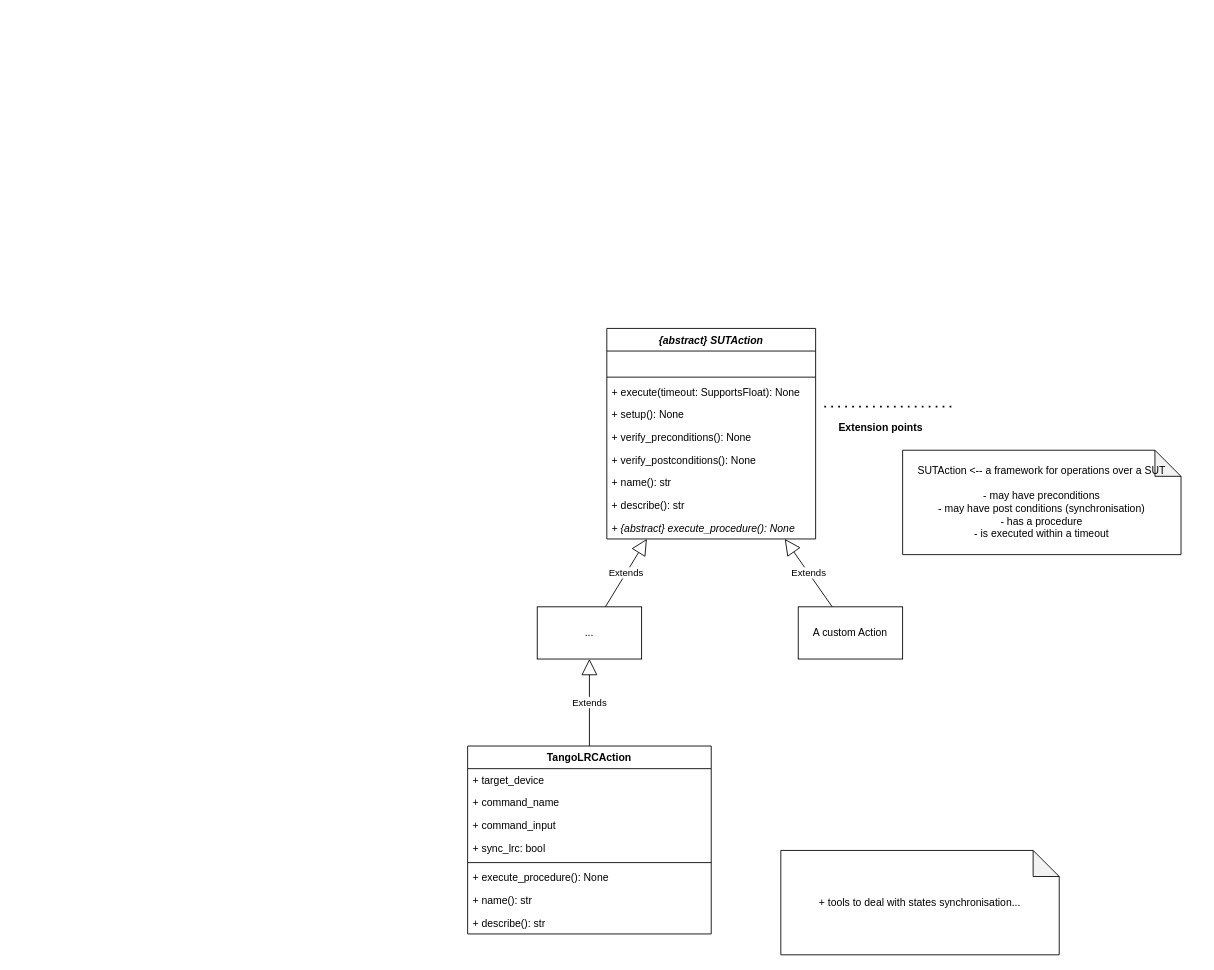
This is page "Page-4" (4 of 4) of docs/uml/new-core.drawio from ska-telescope/ska-integration-test-harness, a draw.io file, before an edit. Source tidied: cells renumbered, new cells numbered last; positions are measured from the earlier drawing's top-left corner, leaving out a move shared by most shapes. Both pictures are drawn from the tidied source at 87%, with x=0, y=0 at pixel (467, 328).
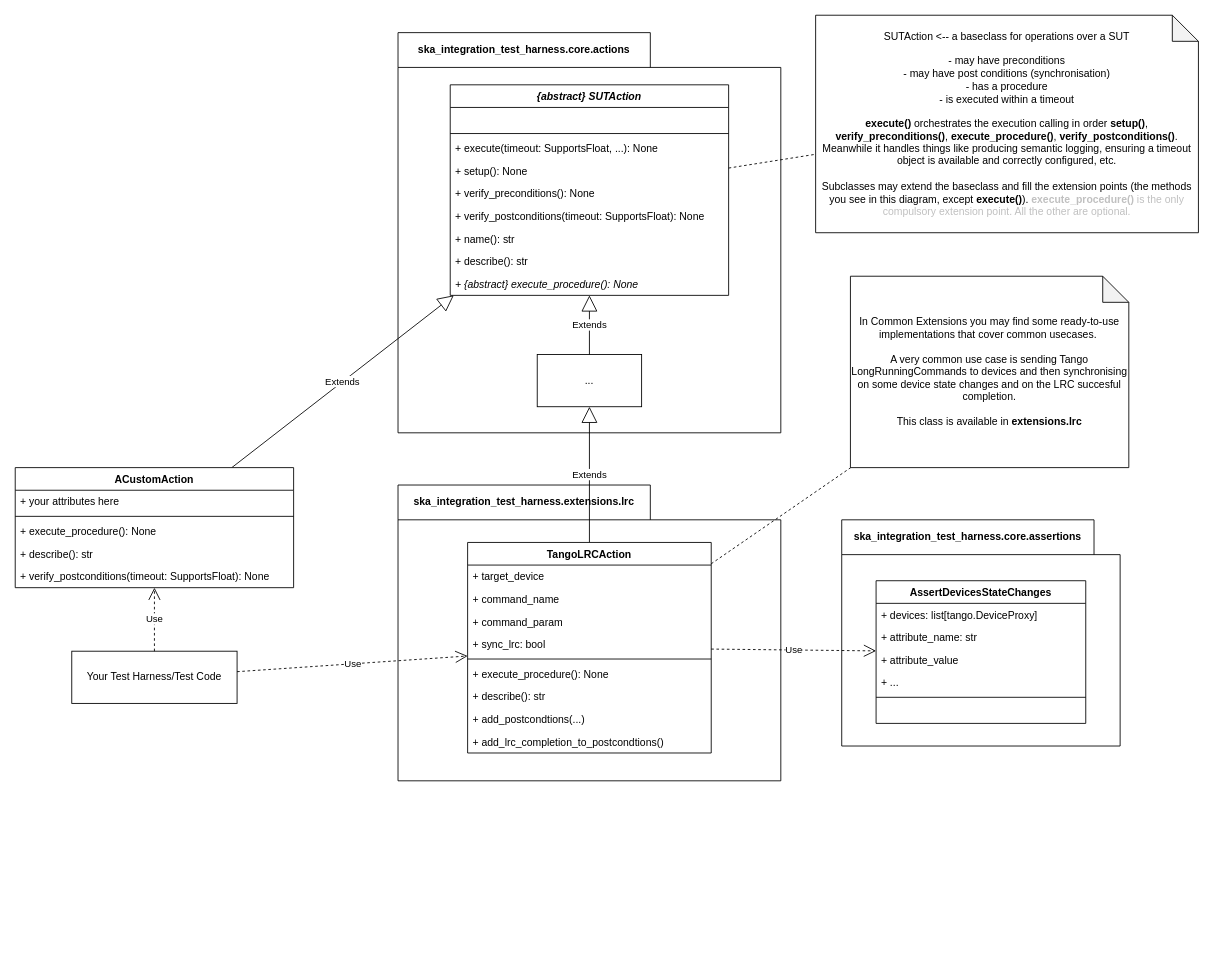
The same diagram, later.

Commit message (it also covers changes not shown here):
SST-1018: document actions general idea

The edit, as a diff of the source:
```diff
@@
+    <mxCell id="15" value="Extends" style="endArrow=block;endSize=16;endFill=0;html=1;" parent="1" edge="1" source="30" target="2">
+      <mxGeometry relative="1" as="geometry" />
+    </mxCell>
+    <mxCell id="16" value="SUTAction &amp;lt;-- a baseclass for operations over a SUT&lt;br&gt;&lt;br&gt;- may have preconditions&lt;br&gt;- may have post conditions (synchronisation)&lt;br&gt;- has a procedure&lt;br&gt;- is executed within a timeout&lt;div&gt;&lt;br&gt;&lt;/div&gt;&lt;div&gt;&lt;b&gt;execute()&lt;/b&gt; orchestrates the execution calling in order &lt;b&gt;setup()&lt;/b&gt;, &lt;span style=&quot;background-color: light-dark(#ffffff, var(--ge-dark-color, #121212));&quot;&gt;&lt;b&gt;verify_preconditions()&lt;/b&gt;, &lt;b&gt;execute_procedure()&lt;/b&gt;, &lt;b&gt;verify_postconditions()&lt;/b&gt;. Meanwhile it handles things like producing semantic logging, ensuring a timeout object is available and correctly configured, etc.&lt;/span&gt;&lt;/div&gt;&lt;div&gt;&lt;span style=&quot;background-color: light-dark(#ffffff, var(--ge-dark-color, #121212));&quot;&gt;&lt;br&gt;&lt;/span&gt;&lt;/div&gt;&lt;div&gt;&lt;span style=&quot;background-color: light-dark(#ffffff, var(--ge-dark-color, #121212));&quot;&gt;Subclasses may extend the baseclass and fill the extension points (the methods you see in this diagram, except &lt;b&gt;execute()&lt;/b&gt;).&amp;nbsp;&lt;/span&gt;&lt;b style=&quot;background-color: transparent; scrollbar-color: light-dark(#e2e2e2, #4b4b4b)&lt;br/&gt;&#9;&#9;&#9;&#9;&#9;light-dark(#fbfbfb, var(--dark-panel-color)); color: rgb(192, 192, 192);&quot;&gt;execute_procedure()&lt;/b&gt;&lt;span style=&quot;background-color: transparent; scrollbar-color: light-dark(#e2e2e2, #4b4b4b)&lt;br/&gt;&#9;&#9;&#9;&#9;&#9;light-dark(#fbfbfb, var(--dark-panel-color)); color: rgb(192, 192, 192);&quot;&gt;&amp;nbsp;is the only compulsory extension point. All the other are optional.&lt;/span&gt;&lt;/div&gt;" style="shape=note;whiteSpace=wrap;html=1;backgroundOutline=1;darkOpacity=0.05;" parent="1" vertex="1">
+      <mxGeometry x="400" y="-360" width="440" height="250" as="geometry" />
+    </mxCell>
+    <mxCell id="28" value="Extends" style="endArrow=block;endSize=16;endFill=0;html=1;" parent="1" edge="1" source="17" target="26">
+      <mxGeometry relative="1" as="geometry" />
+    </mxCell>
+    <mxCell id="29" value="&lt;div&gt;In Common Extensions you may find some ready-to-use implementations that cover common usecases.&amp;nbsp;&lt;/div&gt;&lt;div&gt;&lt;br&gt;&lt;/div&gt;&lt;div&gt;A very common use case is sending Tango LongRunningCommands to devices and then synchronising on some device state changes and on the LRC succesful completion.&lt;/div&gt;&lt;div&gt;&lt;br&gt;&lt;/div&gt;&lt;div&gt;This class is available in &lt;b&gt;extensions.lrc&lt;/b&gt;&lt;/div&gt;" style="shape=note;whiteSpace=wrap;html=1;backgroundOutline=1;darkOpacity=0.05;" parent="1" vertex="1">
+      <mxGeometry x="440" y="-60" width="320" height="220" as="geometry" />
+    </mxCell>
+    <mxCell id="30" value="ACustomAction" style="swimlane;fontStyle=1;align=center;verticalAlign=top;horizontal=1;startSize=26;" parent="1" vertex="1">
+      <mxGeometry x="-520" y="160" width="320" height="138" as="geometry" />
+    </mxCell>
+    <mxCell id="31" value="+ your attributes here" style="text;strokeColor=none;fillColor=none;align=left;verticalAlign=top;spacingLeft=4;spacingRight=4;overflow=hidden;" parent="30" vertex="1">
+      <mxGeometry y="26" width="320" height="26" as="geometry" />
+    </mxCell>
+    <mxCell id="32" style="line;strokeWidth=1;fillColor=none;align=left;verticalAlign=middle;spacingTop=-1;spacingLeft=3;spacingRight=3;labelPosition=right;strokeColor=inherit;" parent="30" vertex="1">
+      <mxGeometry y="52" width="320" height="8" as="geometry" />
+    </mxCell>
+    <mxCell id="33" value="+ execute_procedure(): None" style="text;strokeColor=none;fillColor=none;align=left;verticalAlign=top;spacingLeft=4;spacingRight=4;overflow=hidden;fontStyle=0;" parent="30" vertex="1">
+      <mxGeometry y="60" width="320" height="26" as="geometry" />
+    </mxCell>
+    <mxCell id="34" value="+ describe(): str" style="text;strokeColor=none;fillColor=none;align=left;verticalAlign=top;spacingLeft=4;spacingRight=4;overflow=hidden;fontStyle=0;" parent="30" vertex="1">
+      <mxGeometry y="86" width="320" height="26" as="geometry" />
+    </mxCell>
+    <mxCell id="35" value="+ verify_postconditions(timeout: SupportsFloat): None" style="text;strokeColor=none;fillColor=none;align=left;verticalAlign=top;spacingLeft=4;spacingRight=4;overflow=hidden;fontStyle=0;" parent="30" vertex="1">
+      <mxGeometry y="112" width="320" height="26" as="geometry" />
+    </mxCell>
+    <mxCell id="36" value="ska_integration_test_harness.core.actions" style="shape=folder;fontStyle=1;tabWidth=290;tabHeight=40;tabPosition=left;html=1;boundedLbl=1;labelInHeader=1;whiteSpace=wrap;fillColor=none;" parent="1" vertex="1">
+      <mxGeometry x="-80" y="-340" width="440" height="460" as="geometry" />
+    </mxCell>
-    <mxCell id="2" value="{abstract} SUTAction" style="swimlane;fontStyle=3;align=center;verticalAlign=top;horizontal=1;startSize=26;" parent="1" vertex="1">
-      <mxGeometry x="160" width="240" height="242" as="geometry" />
+    <mxCell id="2" value="{abstract} SUTAction" style="swimlane;fontStyle=3;align=center;verticalAlign=top;horizontal=1;startSize=26;" parent="36" vertex="1">
+      <mxGeometry x="60" y="60" width="320" height="242" as="geometry" />
     </mxCell>
     <mxCell id="3" value=" " style="text;strokeColor=none;fillColor=none;align=left;verticalAlign=top;spacingLeft=4;spacingRight=4;overflow=hidden;" parent="2" vertex="1">
-      <mxGeometry y="26" width="240" height="26" as="geometry" />
+      <mxGeometry y="26" width="320" height="26" as="geometry" />
     </mxCell>
     <mxCell id="4" style="line;strokeWidth=1;fillColor=none;align=left;verticalAlign=middle;spacingTop=-1;spacingLeft=3;spacingRight=3;labelPosition=right;strokeColor=inherit;" parent="2" vertex="1">
-      <mxGeometry y="52" width="240" height="8" as="geometry" />
+      <mxGeometry y="52" width="320" height="8" as="geometry" />
     </mxCell>
-    <mxCell id="5" value="+ execute(timeout: SupportsFloat): None" style="text;strokeColor=none;fillColor=none;align=left;verticalAlign=top;spacingLeft=4;spacingRight=4;overflow=hidden;" parent="2" vertex="1">
-      <mxGeometry y="60" width="240" height="26" as="geometry" />
+    <mxCell id="5" value="+ execute(timeout: SupportsFloat, ...): None" style="text;strokeColor=none;fillColor=none;align=left;verticalAlign=top;spacingLeft=4;spacingRight=4;overflow=hidden;" parent="2" vertex="1">
+      <mxGeometry y="60" width="320" height="26" as="geometry" />
     </mxCell>
     <mxCell id="6" value="+ setup(): None" style="text;strokeColor=none;fillColor=none;align=left;verticalAlign=top;spacingLeft=4;spacingRight=4;overflow=hidden;fontStyle=0;" parent="2" vertex="1">
-      <mxGeometry y="86" width="240" height="26" as="geometry" />
+      <mxGeometry y="86" width="320" height="26" as="geometry" />
     </mxCell>
     <mxCell id="7" value="+ verify_preconditions(): None" style="text;strokeColor=none;fillColor=none;align=left;verticalAlign=top;spacingLeft=4;spacingRight=4;overflow=hidden;fontStyle=0;" parent="2" vertex="1">
-      <mxGeometry y="112" width="240" height="26" as="geometry" />
+      <mxGeometry y="112" width="320" height="26" as="geometry" />
     </mxCell>
-    <mxCell id="8" value="+ verify_postconditions(): None" style="text;strokeColor=none;fillColor=none;align=left;verticalAlign=top;spacingLeft=4;spacingRight=4;overflow=hidden;fontStyle=0;" parent="2" vertex="1">
-      <mxGeometry y="138" width="240" height="26" as="geometry" />
+    <mxCell id="8" value="+ verify_postconditions(timeout: SupportsFloat): None" style="text;strokeColor=none;fillColor=none;align=left;verticalAlign=top;spacingLeft=4;spacingRight=4;overflow=hidden;fontStyle=0;" parent="2" vertex="1">
+      <mxGeometry y="138" width="320" height="26" as="geometry" />
     </mxCell>
     <mxCell id="9" value="+ name(): str" style="text;strokeColor=none;fillColor=none;align=left;verticalAlign=top;spacingLeft=4;spacingRight=4;overflow=hidden;fontStyle=0;" parent="2" vertex="1">
-      <mxGeometry y="164" width="240" height="26" as="geometry" />
+      <mxGeometry y="164" width="320" height="26" as="geometry" />
     </mxCell>
     <mxCell id="10" value="+ describe(): str" style="text;strokeColor=none;fillColor=none;align=left;verticalAlign=top;spacingLeft=4;spacingRight=4;overflow=hidden;fontStyle=0;" parent="2" vertex="1">
-      <mxGeometry y="190" width="240" height="26" as="geometry" />
+      <mxGeometry y="190" width="320" height="26" as="geometry" />
     </mxCell>
     <mxCell id="11" value="+ {abstract} execute_procedure(): None" style="text;strokeColor=none;fillColor=none;align=left;verticalAlign=top;spacingLeft=4;spacingRight=4;overflow=hidden;fontStyle=2;" parent="2" vertex="1">
-      <mxGeometry y="216" width="240" height="26" as="geometry" />
+      <mxGeometry y="216" width="320" height="26" as="geometry" />
     </mxCell>
-    <mxCell id="12" value="Extension points" style="text;align=center;fontStyle=1;verticalAlign=middle;spacingLeft=3;spacingRight=3;strokeColor=none;" parent="1" vertex="1">
-      <mxGeometry x="410" y="100" width="130" height="26" as="geometry" />
-    </mxCell>
-    <mxCell id="13" style="endArrow=none;dashed=1;html=1;dashPattern=1 3;strokeWidth=2;endSize=10;" parent="1" edge="1">
-      <mxGeometry relative="1" as="geometry">
-        <mxPoint x="410" y="90" as="sourcePoint" />
-        <mxPoint x="560" y="90" as="targetPoint" />
-      </mxGeometry>
-    </mxCell>
-    <mxCell id="14" value="A custom Action" style="rounded=0;whiteSpace=wrap;html=1;" parent="1" vertex="1">
-      <mxGeometry x="380" y="320" width="120" height="60" as="geometry" />
-    </mxCell>
-    <mxCell id="15" value="Extends" style="endArrow=block;endSize=16;endFill=0;html=1;" parent="1" edge="1" source="14" target="2">
-      <mxGeometry relative="1" as="geometry" />
-    </mxCell>
-    <mxCell id="16" value="SUTAction &amp;lt;-- a framework for operations over a SUT&lt;br&gt;&lt;br&gt;- may have preconditions&lt;br&gt;- may have post conditions (synchronisation)&lt;br&gt;- has a procedure&lt;br&gt;- is executed within a timeout" style="shape=note;whiteSpace=wrap;html=1;backgroundOutline=1;darkOpacity=0.05;" parent="1" vertex="1">
-      <mxGeometry x="500" y="140" width="320" height="120" as="geometry" />
-    </mxCell>
+    <mxCell id="26" value="..." style="rounded=0;whiteSpace=wrap;html=1;" parent="36" vertex="1">
+      <mxGeometry x="160" y="370" width="120" height="60" as="geometry" />
+    </mxCell>
+    <mxCell id="27" value="Extends" style="endArrow=block;endSize=16;endFill=0;html=1;" parent="36" edge="1" source="26" target="2">
+      <mxGeometry relative="1" as="geometry" />
+    </mxCell>
+    <mxCell id="37" value="ska_integration_test_harness.extensions.lrc" style="shape=folder;fontStyle=1;tabWidth=290;tabHeight=40;tabPosition=left;html=1;boundedLbl=1;labelInHeader=1;whiteSpace=wrap;fillColor=none;" parent="1" vertex="1">
+      <mxGeometry x="-80" y="180" width="440" height="340" as="geometry" />
+    </mxCell>
-    <mxCell id="17" value="TangoLRCAction" style="swimlane;fontStyle=1;align=center;verticalAlign=top;horizontal=1;startSize=26;" parent="1" vertex="1">
-      <mxGeometry y="480" width="280" height="216" as="geometry" />
+    <mxCell id="17" value="TangoLRCAction" style="swimlane;fontStyle=1;align=center;verticalAlign=top;horizontal=1;startSize=26;" parent="37" vertex="1">
+      <mxGeometry x="80" y="66" width="280" height="242" as="geometry" />
     </mxCell>
@@
-    <mxCell id="20" value="+ command_input" style="text;strokeColor=none;fillColor=none;align=left;verticalAlign=top;spacingLeft=4;spacingRight=4;overflow=hidden;" parent="17" vertex="1">
+    <mxCell id="20" value="+ command_param" style="text;strokeColor=none;fillColor=none;align=left;verticalAlign=top;spacingLeft=4;spacingRight=4;overflow=hidden;" parent="17" vertex="1">
       <mxGeometry y="78" width="280" height="26" as="geometry" />
     </mxCell>
@@
-    <mxCell id="24" value="+ name(): str" style="text;strokeColor=none;fillColor=none;align=left;verticalAlign=top;spacingLeft=4;spacingRight=4;overflow=hidden;fontStyle=0;" parent="17" vertex="1">
-      <mxGeometry y="164" width="280" height="26" as="geometry" />
-    </mxCell>
     <mxCell id="25" value="+ describe(): str" style="text;strokeColor=none;fillColor=none;align=left;verticalAlign=top;spacingLeft=4;spacingRight=4;overflow=hidden;fontStyle=0;" parent="17" vertex="1">
-      <mxGeometry y="190" width="280" height="26" as="geometry" />
+      <mxGeometry y="164" width="280" height="26" as="geometry" />
     </mxCell>
-    <mxCell id="26" value="..." style="rounded=0;whiteSpace=wrap;html=1;" parent="1" vertex="1">
-      <mxGeometry x="80" y="320" width="120" height="60" as="geometry" />
-    </mxCell>
-    <mxCell id="27" value="Extends" style="endArrow=block;endSize=16;endFill=0;html=1;" parent="1" edge="1" source="26" target="2">
-      <mxGeometry relative="1" as="geometry" />
-    </mxCell>
-    <mxCell id="28" value="Extends" style="endArrow=block;endSize=16;endFill=0;html=1;" parent="1" edge="1" source="17" target="26">
-      <mxGeometry relative="1" as="geometry" />
-    </mxCell>
-    <mxCell id="29" value="+ tools to deal with states synchronisation..." style="shape=note;whiteSpace=wrap;html=1;backgroundOutline=1;darkOpacity=0.05;" parent="1" vertex="1">
-      <mxGeometry x="360" y="600" width="320" height="120" as="geometry" />
-    </mxCell>
+    <mxCell id="38" value="+ add_postcondtions(...)" style="text;strokeColor=none;fillColor=none;align=left;verticalAlign=top;spacingLeft=4;spacingRight=4;overflow=hidden;fontStyle=0;" parent="17" vertex="1">
+      <mxGeometry y="190" width="280" height="26" as="geometry" />
+    </mxCell>
+    <mxCell id="39" value="+ add_lrc_completion_to_postcondtions()" style="text;strokeColor=none;fillColor=none;align=left;verticalAlign=top;spacingLeft=4;spacingRight=4;overflow=hidden;fontStyle=0;" parent="17" vertex="1">
+      <mxGeometry y="216" width="280" height="26" as="geometry" />
+    </mxCell>
+    <mxCell id="40" value="Your Test Harness/Test Code" style="html=1;whiteSpace=wrap;" parent="1" vertex="1">
+      <mxGeometry x="-455" y="371" width="190" height="60" as="geometry" />
+    </mxCell>
+    <mxCell id="41" value="ska_integration_test_harness.core.assertions" style="shape=folder;fontStyle=1;tabWidth=290;tabHeight=40;tabPosition=left;html=1;boundedLbl=1;labelInHeader=1;whiteSpace=wrap;fillColor=none;" parent="1" vertex="1">
+      <mxGeometry x="430" y="220" width="320" height="260" as="geometry" />
+    </mxCell>
+    <mxCell id="42" value="AssertDevicesStateChanges" style="swimlane;fontStyle=1;align=center;verticalAlign=top;horizontal=1;startSize=26;" parent="41" vertex="1">
+      <mxGeometry x="39.5" y="70" width="241" height="164" as="geometry" />
+    </mxCell>
+    <mxCell id="43" value="+ devices: list[tango.DeviceProxy]" style="text;strokeColor=none;fillColor=none;align=left;verticalAlign=top;spacingLeft=4;spacingRight=4;overflow=hidden;" parent="42" vertex="1">
+      <mxGeometry y="26" width="241" height="26" as="geometry" />
+    </mxCell>
+    <mxCell id="44" value="+ attribute_name: str" style="text;strokeColor=none;fillColor=none;align=left;verticalAlign=top;spacingLeft=4;spacingRight=4;overflow=hidden;" parent="42" vertex="1">
+      <mxGeometry y="52" width="241" height="26" as="geometry" />
+    </mxCell>
+    <mxCell id="45" value="+ attribute_value" style="text;strokeColor=none;fillColor=none;align=left;verticalAlign=top;spacingLeft=4;spacingRight=4;overflow=hidden;" parent="42" vertex="1">
+      <mxGeometry y="78" width="241" height="26" as="geometry" />
+    </mxCell>
+    <mxCell id="46" value="+ ..." style="text;strokeColor=none;fillColor=none;align=left;verticalAlign=top;spacingLeft=4;spacingRight=4;overflow=hidden;" parent="42" vertex="1">
+      <mxGeometry y="104" width="241" height="26" as="geometry" />
+    </mxCell>
+    <mxCell id="47" style="line;strokeWidth=1;fillColor=none;align=left;verticalAlign=middle;spacingTop=-1;spacingLeft=3;spacingRight=3;labelPosition=right;strokeColor=inherit;" parent="42" vertex="1">
+      <mxGeometry y="130" width="241" height="8" as="geometry" />
+    </mxCell>
+    <mxCell id="48" value=" " style="text;strokeColor=none;fillColor=none;align=left;verticalAlign=top;spacingLeft=4;spacingRight=4;overflow=hidden;fontStyle=0;" parent="42" vertex="1">
+      <mxGeometry y="138" width="241" height="26" as="geometry" />
+    </mxCell>
+    <mxCell id="49" value="Use" style="endArrow=open;endSize=12;dashed=1;html=1;" parent="1" edge="1" source="40" target="30">
+      <mxGeometry relative="1" as="geometry" />
+    </mxCell>
+    <mxCell id="50" value="Use" style="endArrow=open;endSize=12;dashed=1;html=1;" parent="1" edge="1" source="40" target="17">
+      <mxGeometry relative="1" as="geometry" />
+    </mxCell>
+    <mxCell id="51" value="Use" style="endArrow=open;endSize=12;dashed=1;html=1;" parent="1" edge="1" source="17" target="42">
+      <mxGeometry relative="1" as="geometry" />
+    </mxCell>
+    <mxCell id="52" style="endArrow=none;endSize=12;dashed=1;html=1;endFill=0;" parent="1" edge="1" source="17" target="29">
+      <mxGeometry relative="1" as="geometry" />
+    </mxCell>
+    <mxCell id="53" style="endArrow=none;endSize=12;dashed=1;html=1;endFill=0;" parent="1" edge="1" source="2" target="16">
+      <mxGeometry relative="1" as="geometry" />
+    </mxCell>
```
